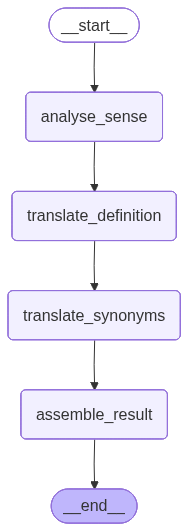
The Mermaid diagram translation_graph.png in sasa5linkar/wordnet_autotranslate-, before a commit. Its source is kept beside it as translation_graph.mmd. Its diagram source:
```mermaid
---
config:
  flowchart:
    curve: linear
---
graph TD;
	__start__([<p>__start__</p>]):::first
	analyse_sense(analyse_sense)
	translate_definition(translate_definition)
	translate_synonyms(translate_synonyms)
	assemble_result(assemble_result)
	__end__([<p>__end__</p>]):::last
	__start__ --> analyse_sense;
	analyse_sense --> translate_definition;
	translate_definition --> translate_synonyms;
	translate_synonyms --> assemble_result;
	assemble_result --> __end__;
	classDef default fill:#f2f0ff,line-height:1.2
	classDef first fill-opacity:0
	classDef last fill:#bfb6fc
```
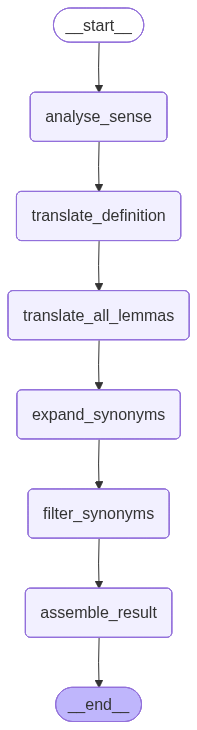
Above is the later version.

Commit message:
Refactor LangGraph Translation Pipeline to Implement Multi-Step Generate-and-Filter Synonym Process

Diff of the diagram source:
```diff
@@ -7,13 +7,17 @@
 	__start__([<p>__start__</p>]):::first
 	analyse_sense(analyse_sense)
 	translate_definition(translate_definition)
-	translate_synonyms(translate_synonyms)
+	translate_all_lemmas(translate_all_lemmas)
+	expand_synonyms(expand_synonyms)
+	filter_synonyms(filter_synonyms)
 	assemble_result(assemble_result)
 	__end__([<p>__end__</p>]):::last
 	__start__ --> analyse_sense;
 	analyse_sense --> translate_definition;
-	translate_definition --> translate_synonyms;
-	translate_synonyms --> assemble_result;
+	expand_synonyms --> filter_synonyms;
+	filter_synonyms --> assemble_result;
+	translate_all_lemmas --> expand_synonyms;
+	translate_definition --> translate_all_lemmas;
 	assemble_result --> __end__;
 	classDef default fill:#f2f0ff,line-height:1.2
 	classDef first fill-opacity:0
```
